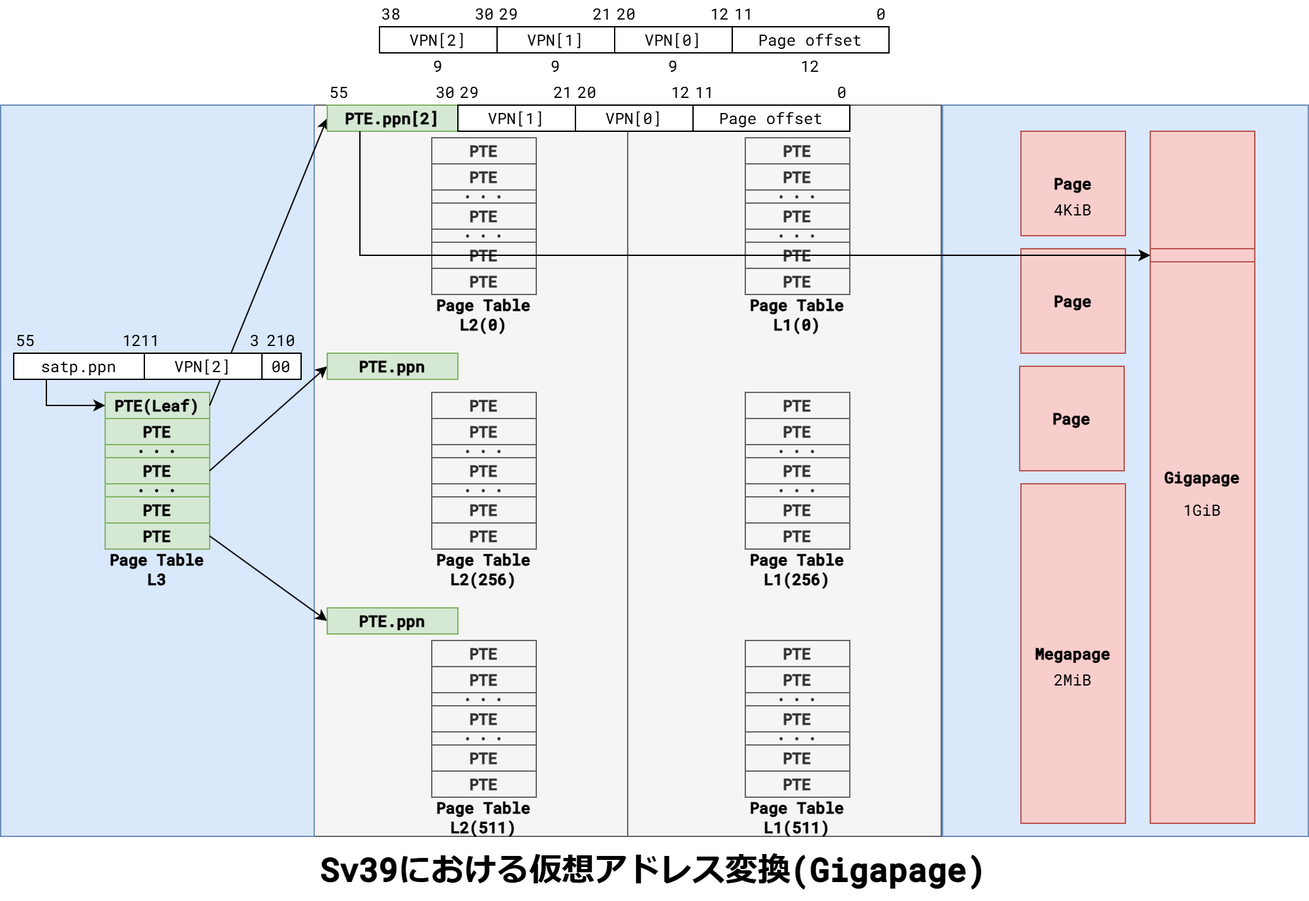
Before: images/UnderstandMMU/Sv39_Gigapage.png, a diagram exported from draw.io (VLSI-JP/VLSI-JP.github.io). Source tidied: cells renumbered, new cells last; positions are measured from the earlier drawing's top-left corner, leaving out a move shared by most shapes.
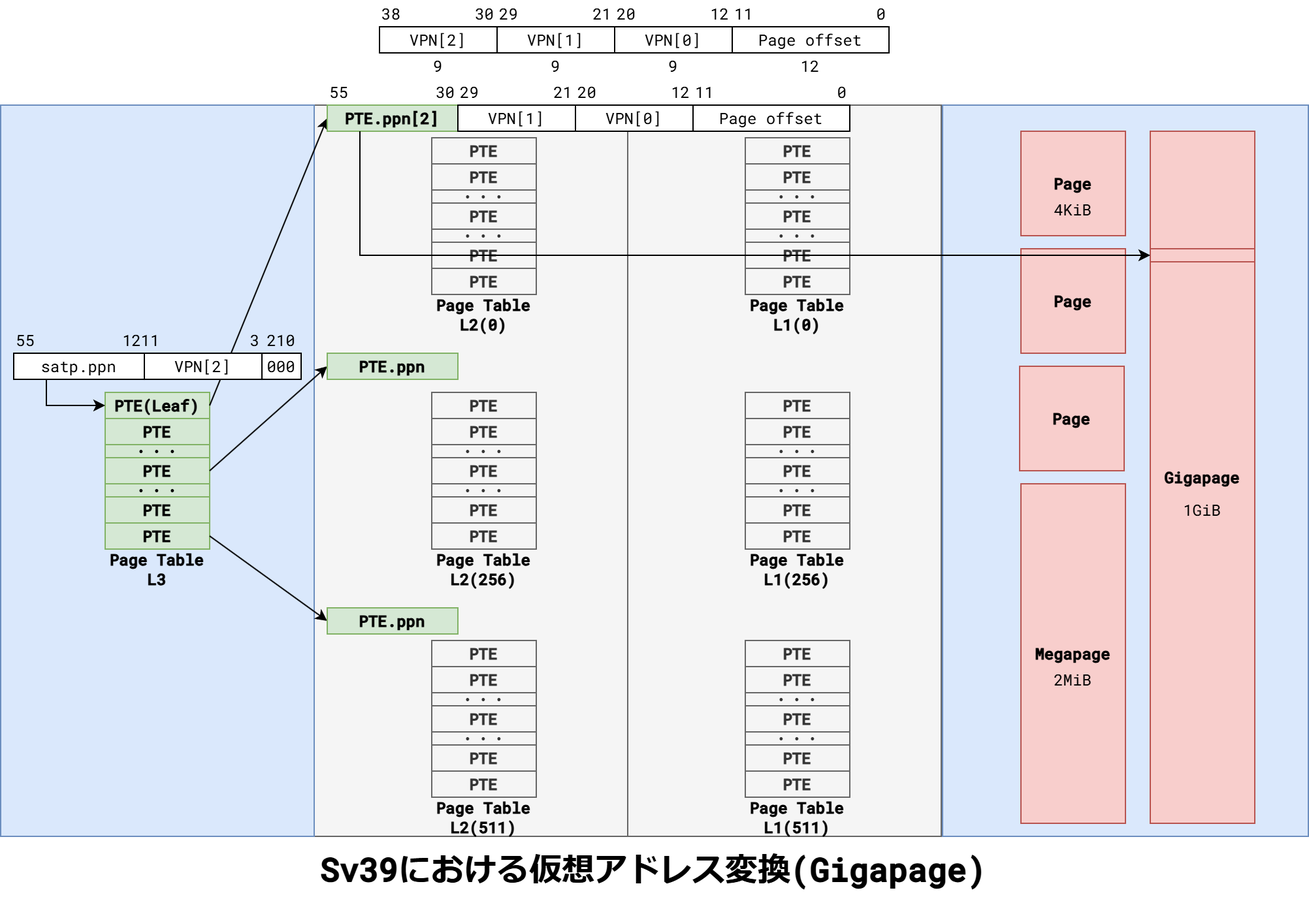
After the change.

Change to the diagram source:
```diff
@@ -167,7 +167,7 @@
     <mxCell id="56" value="VPN[2]" style="rounded=0;whiteSpace=wrap;html=1;fontFamily=Roboto Mono;fontSource=https%3A%2F%2Ffonts.googleapis.com%2Fcss%3Ffamily%3DRoboto%2BMono;" parent="54" vertex="1">
       <mxGeometry x="100" width="90" height="20" as="geometry" />
     </mxCell>
-    <mxCell id="57" value="00" style="rounded=0;whiteSpace=wrap;html=1;fontFamily=Roboto Mono;fontSource=https%3A%2F%2Ffonts.googleapis.com%2Fcss%3Ffamily%3DRoboto%2BMono;" parent="54" vertex="1">
+    <mxCell id="57" value="000" style="rounded=0;whiteSpace=wrap;html=1;fontFamily=Roboto Mono;fontSource=https%3A%2F%2Ffonts.googleapis.com%2Fcss%3Ffamily%3DRoboto%2BMono;" parent="54" vertex="1">
       <mxGeometry x="190" width="30" height="20" as="geometry" />
     </mxCell>
     <mxCell id="58" value="210" style="text;html=1;align=center;verticalAlign=middle;whiteSpace=wrap;rounded=0;fontFamily=Roboto Mono;fontSource=https%3A%2F%2Ffonts.googleapis.com%2Fcss%3Ffamily%3DRoboto%2BMono;" parent="54" vertex="1">
```
